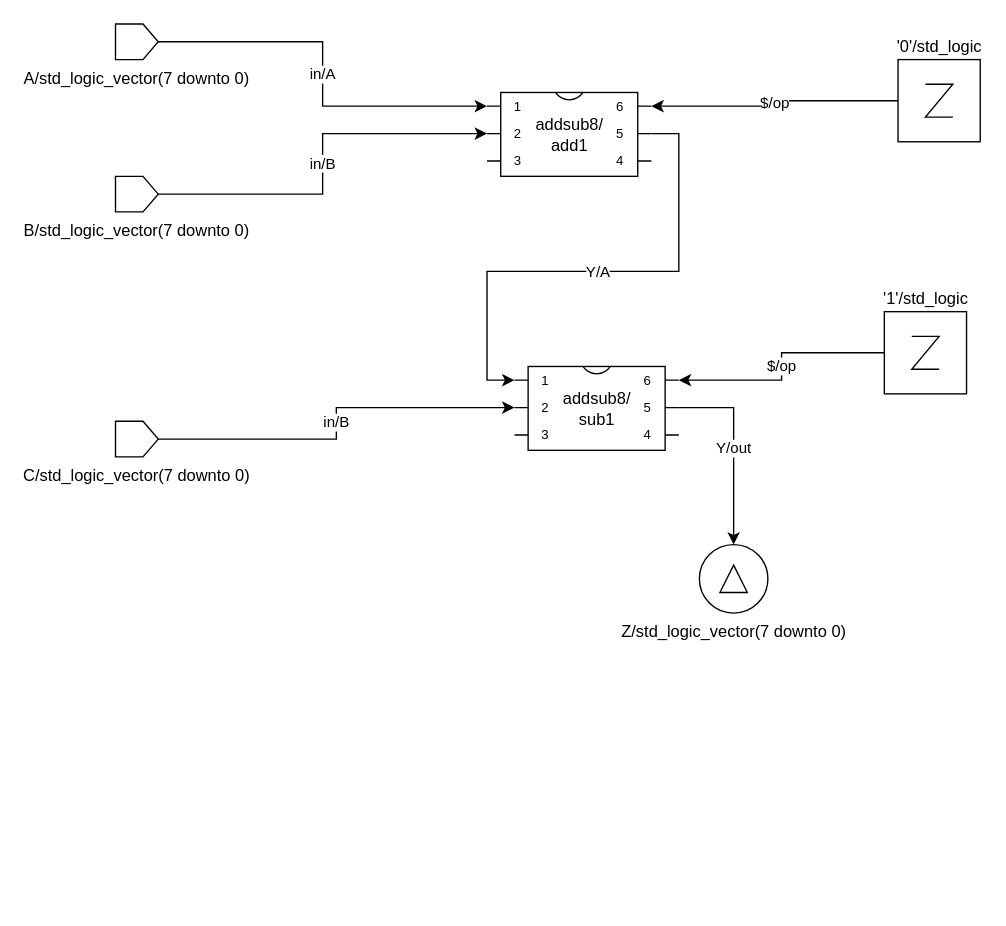
This is page "Page-11" (10 of 13) of Untitled Diagram.drawio from Chewilog/RTL_GEN, a draw.io file, before an edit. Source tidied: cells renumbered, new cells numbered last; positions are measured from the earlier drawing's top-left corner, leaving out a move shared by most shapes. Both pictures are drawn from the tidied source at 137%, with x=0, y=0 at pixel (115, 23).
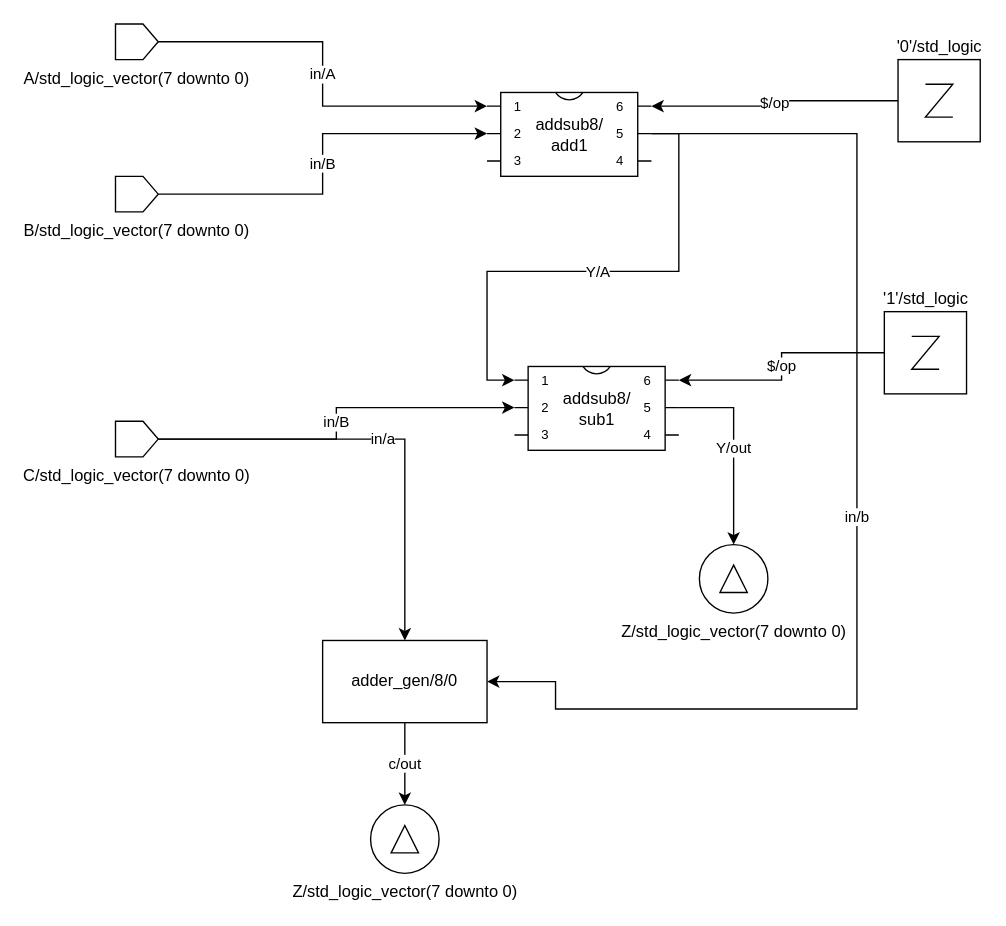
The same diagram, later.

Unchanged cells that the change refers to:
```xml
<mxCell id="3" value="addsub8/&lt;br&gt;add1" style="shadow=0;dashed=0;align=center;html=1;strokeWidth=1;shape=mxgraph.electrical.logic_gates.dual_inline_ic;labelNames=a,b,c,d,e,f,g,h,i,j,k,l,m,n,o,p,q,r,s,t;rotation=0;" parent="1" vertex="1">
  <mxGeometry x="271" y="50" width="120" height="61.2" as="geometry" />
</mxCell>
<mxCell id="10" value="C/std_logic_vector(7 downto 0)" style="verticalLabelPosition=bottom;shadow=0;dashed=0;align=center;html=1;verticalAlign=top;shape=mxgraph.electrical.abstract.dac;" parent="1" vertex="1">
  <mxGeometry x="-0.2" y="290" width="31.2" height="26" as="geometry" />
</mxCell>
```

Diff of the diagram source:
```diff
@@
+    <mxCell id="17" value="in/b" style="edgeStyle=orthogonalEdgeStyle;rounded=0;jettySize=auto;html=1;exitX=1;exitY=0;exitDx=0;exitDy=30;exitPerimeter=0;entryX=1;entryY=0.5;entryDx=0;entryDy=0;" parent="1" edge="1" source="3" target="21">
+      <mxGeometry relative="1" as="geometry">
+        <Array as="points">
+          <mxPoint x="541" y="80" />
+          <mxPoint x="541" y="500" />
+          <mxPoint x="321" y="500" />
+          <mxPoint x="321" y="480" />
+        </Array>
+      </mxGeometry>
+    </mxCell>
@@
+    <mxCell id="18" value="in/a" style="edgeStyle=orthogonalEdgeStyle;rounded=0;jettySize=auto;html=1;exitX=1;exitY=0.5;exitDx=0;exitDy=0;exitPerimeter=0;entryX=0.5;entryY=0;entryDx=0;entryDy=0;" parent="1" edge="1" source="10" target="21">
+      <mxGeometry relative="1" as="geometry" />
+    </mxCell>
@@
+    <mxCell id="19" value="c/out" style="edgeStyle=orthogonalEdgeStyle;rounded=0;jettySize=auto;html=1;exitX=0.5;exitY=1;exitDx=0;exitDy=0;entryX=0.5;entryY=0;entryDx=0;entryDy=0;entryPerimeter=0;fontColor=#000000;" parent="1" edge="1" source="21" target="20">
+      <mxGeometry relative="1" as="geometry" />
+    </mxCell>
+    <mxCell id="20" value="Z/std_logic_vector(7 downto 0)" style="verticalLabelPosition=bottom;shadow=0;dashed=0;align=center;html=1;verticalAlign=top;shape=mxgraph.electrical.abstract.delta;" parent="1" vertex="1">
+      <mxGeometry x="186" y="570" width="50" height="50" as="geometry" />
+    </mxCell>
+    <mxCell id="21" value="adder_gen/8/0" style="rounded=0;whiteSpace=wrap;html=1;labelBackgroundColor=#FFFFFF;fontColor=#000000;" parent="1" vertex="1">
+      <mxGeometry x="151" y="450" width="120" height="60" as="geometry" />
+    </mxCell>
```
